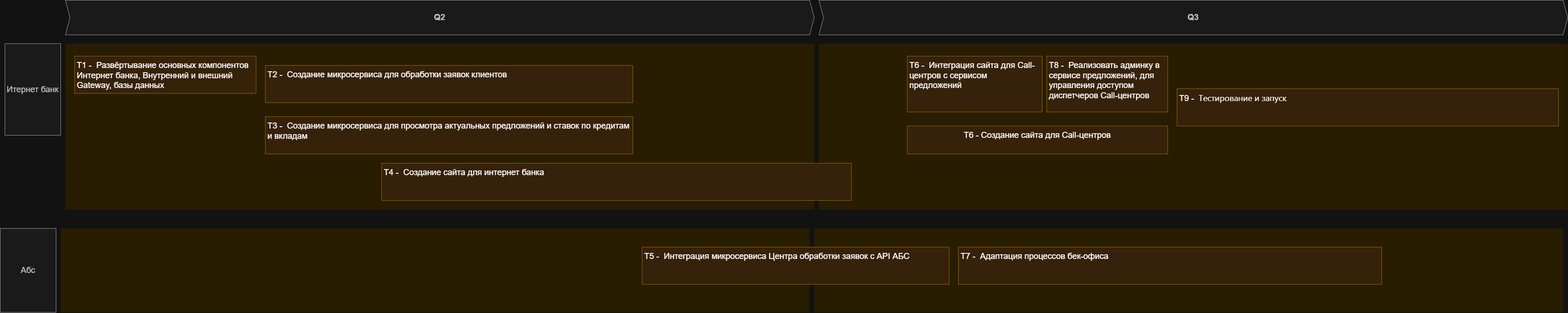
The draw.io diagram Task4/road-map.png in bugurshik/architecture-pro-standart, before a commit. Source tidied: cells renumbered, new cells last; positions are measured from the earlier drawing's top-left corner, leaving out a move shared by most shapes. The source it was exported from:
```xml
<mxGraphModel>
  <root>
    <mxCell id="0" />
    <mxCell id="1" parent="0" />
    <mxCell id="2" style="shape=rect;fillColor=#fff2cc;strokeColor=none;fontSize=24;html=1;whiteSpace=wrap;align=left;verticalAlign=top;spacing=5;rounded=0;" parent="1" vertex="1">
      <mxGeometry x="1760" y="93.2" width="1610" height="356.8" as="geometry" />
    </mxCell>
    <mxCell id="3" style="shape=rect;fillColor=#fff2cc;strokeColor=none;fontSize=24;html=1;whiteSpace=wrap;align=left;verticalAlign=top;spacing=5;rounded=0;" parent="1" vertex="1">
      <mxGeometry x="130" y="490" width="1610" height="180" as="geometry" />
    </mxCell>
    <mxCell id="4" style="shape=rect;fillColor=#fff2cc;strokeColor=none;fontSize=24;html=1;whiteSpace=wrap;align=left;verticalAlign=top;spacing=5;rounded=0;" parent="1" vertex="1">
      <mxGeometry x="140" y="93.2" width="1610" height="356.8" as="geometry" />
    </mxCell>
    <mxCell id="5" value="T1 -&amp;nbsp; Развёртывание основных компонентов Интернет банка, Внутренний и внешний Gateway, базы данных&amp;nbsp;" style="shape=rect;fillColor=#ffe6cc;strokeColor=#d79b00;fontSize=18;html=1;whiteSpace=wrap;align=left;verticalAlign=top;spacing=5;rounded=0;" parent="1" vertex="1">
      <mxGeometry x="160" y="120" width="390" height="80" as="geometry" />
    </mxCell>
    <mxCell id="6" value="&lt;span style=&quot;text-align: left;&quot;&gt;T6 - Создание сайта для Call-центров&lt;/span&gt;" style="shape=rect;fillColor=#ffe6cc;strokeColor=#d79b00;fontSize=18;html=1;whiteSpace=wrap;align=center;verticalAlign=top;spacing=5;rounded=0;" parent="1" vertex="1">
      <mxGeometry x="1950" y="270" width="560" height="60" as="geometry" />
    </mxCell>
    <mxCell id="7" value="Итернет банк" style="rounded=0;whiteSpace=wrap;html=1;fillColor=#f5f5f5;fontColor=#333333;strokeColor=#666666;fontSize=18;" parent="1" vertex="1">
      <mxGeometry x="10" y="93.2" width="120" height="196.8" as="geometry" />
    </mxCell>
    <mxCell id="8" value="Абс" style="rounded=0;whiteSpace=wrap;html=1;fillColor=#f5f5f5;fontColor=#333333;strokeColor=#666666;fontSize=18;" parent="1" vertex="1">
      <mxGeometry y="490" width="120" height="180" as="geometry" />
    </mxCell>
    <mxCell id="9" value="Q2" style="shape=step;perimeter=stepPerimeter;whiteSpace=wrap;html=1;fixedSize=1;size=10;fillColor=#f5f5f5;strokeColor=#666666;fontSize=18;fontStyle=1;align=center;rounded=0;fontColor=#333333;" parent="1" vertex="1">
      <mxGeometry x="140" width="1610" height="74.4" as="geometry" />
    </mxCell>
    <mxCell id="10" value="Q3" style="shape=step;perimeter=stepPerimeter;whiteSpace=wrap;html=1;fixedSize=1;size=10;fillColor=#f5f5f5;strokeColor=#666666;fontSize=18;fontStyle=1;align=center;rounded=0;fontColor=#333333;" parent="1" vertex="1">
      <mxGeometry x="1760" width="1610" height="74.4" as="geometry" />
    </mxCell>
    <mxCell id="11" style="shape=rect;fillColor=#fff2cc;strokeColor=none;fontSize=24;html=1;whiteSpace=wrap;align=left;verticalAlign=top;spacing=5;rounded=0;" parent="1" vertex="1">
      <mxGeometry x="1750" y="490" width="1610" height="180" as="geometry" />
    </mxCell>
    <mxCell id="12" value="T2 -&amp;nbsp; Создание микросервиса для обработки заявок клиентов" style="shape=rect;fillColor=#ffe6cc;strokeColor=#d79b00;fontSize=18;html=1;whiteSpace=wrap;align=left;verticalAlign=top;spacing=5;rounded=0;" parent="1" vertex="1">
      <mxGeometry x="570" y="140" width="790" height="80" as="geometry" />
    </mxCell>
    <mxCell id="13" value="T3 -&amp;nbsp; Создание микросервиса для просмотра актуальных предложений и ставок по кредитам и вкладам&amp;nbsp;" style="shape=rect;fillColor=#ffe6cc;strokeColor=#d79b00;fontSize=18;html=1;whiteSpace=wrap;align=left;verticalAlign=top;spacing=5;rounded=0;" parent="1" vertex="1">
      <mxGeometry x="570" y="250" width="790" height="80" as="geometry" />
    </mxCell>
    <mxCell id="14" value="T5 -&amp;nbsp; Интеграция микросервиса Центра обработки заявок с API АБС" style="shape=rect;fillColor=#ffe6cc;strokeColor=#d79b00;fontSize=18;html=1;whiteSpace=wrap;align=left;verticalAlign=top;spacing=5;rounded=0;" parent="1" vertex="1">
      <mxGeometry x="1380" y="530" width="660" height="80" as="geometry" />
    </mxCell>
    <mxCell id="15" value="T4 -&amp;nbsp; Создание сайта для интернет банка" style="shape=rect;fillColor=#ffe6cc;strokeColor=#d79b00;fontSize=18;html=1;whiteSpace=wrap;align=left;verticalAlign=top;spacing=5;rounded=0;" parent="1" vertex="1">
      <mxGeometry x="820" y="350" width="1010" height="80" as="geometry" />
    </mxCell>
    <mxCell id="16" value="T6 -&amp;nbsp; Интеграция сайта для Call-центров с сервисом предложений" style="shape=rect;fillColor=#ffe6cc;strokeColor=#d79b00;fontSize=18;html=1;whiteSpace=wrap;align=left;verticalAlign=top;spacing=5;rounded=0;" parent="1" vertex="1">
      <mxGeometry x="1950" y="120" width="290" height="120" as="geometry" />
    </mxCell>
    <mxCell id="17" value="T8 -&amp;nbsp; Реализовать админку в сервисе предложений, для управления доступом диспетчеров Call-центров" style="shape=rect;fillColor=#ffe6cc;strokeColor=#d79b00;fontSize=18;html=1;whiteSpace=wrap;align=left;verticalAlign=top;spacing=5;rounded=0;" parent="1" vertex="1">
      <mxGeometry x="2250" y="120" width="260" height="120" as="geometry" />
    </mxCell>
    <mxCell id="18" value="T7 -&amp;nbsp; Адаптация процессов бек-офиса" style="shape=rect;fillColor=#ffe6cc;strokeColor=#d79b00;fontSize=18;html=1;whiteSpace=wrap;align=left;verticalAlign=top;spacing=5;rounded=0;" parent="1" vertex="1">
      <mxGeometry x="2060" y="530" width="910" height="80" as="geometry" />
    </mxCell>
    <mxCell id="19" value="T9 -&amp;nbsp;&amp;nbsp;&lt;span style=&quot;color: light-dark(rgb(0, 0, 0), rgb(255, 255, 255)); font-family: system-ui, ui-sans-serif, -apple-system, BlinkMacSystemFont, sans-serif, Inter, NotoSansHans; letter-spacing: 0em; white-space-collapse: preserve-breaks; background-color: transparent;&quot;&gt;Тестирование и запуск&lt;/span&gt;" style="shape=rect;fillColor=#ffe6cc;strokeColor=#d79b00;fontSize=18;html=1;whiteSpace=wrap;align=left;verticalAlign=top;spacing=5;rounded=0;" parent="1" vertex="1">
      <mxGeometry x="2530" y="190" width="820" height="80" as="geometry" />
    </mxCell>
  </root>
</mxGraphModel>
```
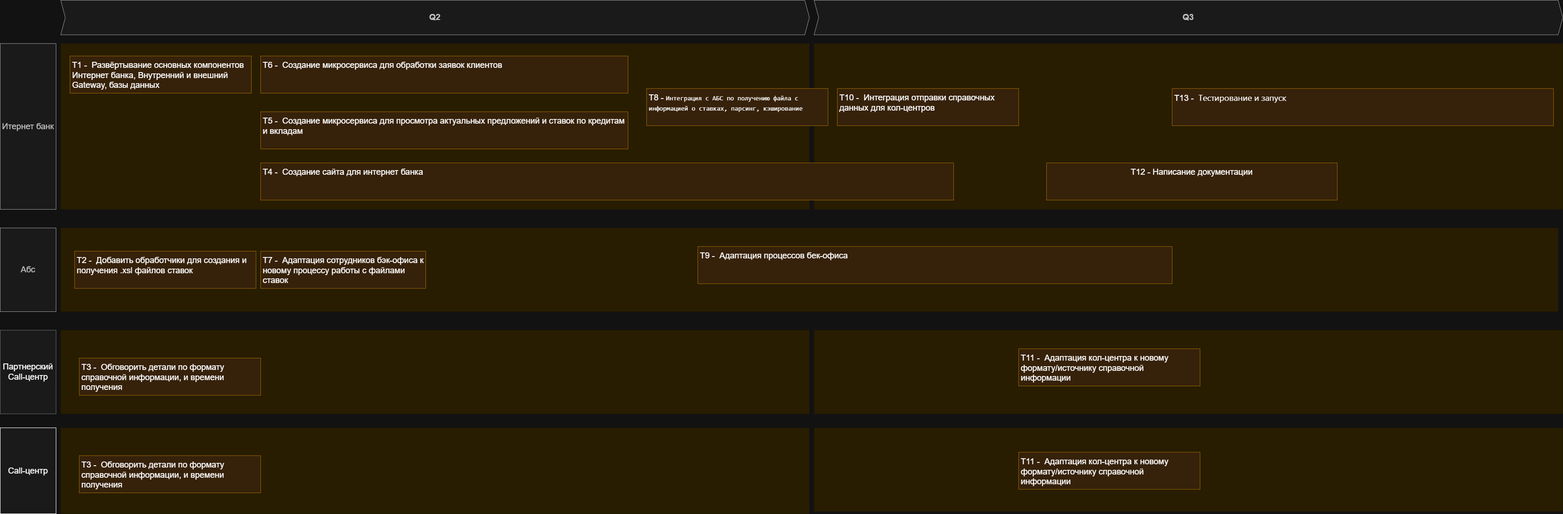
After the change.

Change to the diagram source:
```diff
@@ -2,11 +2,17 @@
   <root>
     <mxCell id="0" />
     <mxCell id="1" parent="0" />
+    <mxCell id="20" style="shape=rect;fillColor=#fff2cc;strokeColor=none;fontSize=24;html=1;whiteSpace=wrap;align=left;verticalAlign=top;spacing=5;rounded=0;" parent="1" vertex="1">
+      <mxGeometry x="1760" y="920" width="1610" height="180" as="geometry" />
+    </mxCell>
+    <mxCell id="21" style="shape=rect;fillColor=#fff2cc;strokeColor=none;fontSize=24;html=1;whiteSpace=wrap;align=left;verticalAlign=top;spacing=5;rounded=0;" parent="1" vertex="1">
+      <mxGeometry x="1760" y="710" width="1610" height="180" as="geometry" />
+    </mxCell>
     <mxCell id="2" style="shape=rect;fillColor=#fff2cc;strokeColor=none;fontSize=24;html=1;whiteSpace=wrap;align=left;verticalAlign=top;spacing=5;rounded=0;" parent="1" vertex="1">
       <mxGeometry x="1760" y="93.2" width="1610" height="356.8" as="geometry" />
     </mxCell>
     <mxCell id="3" style="shape=rect;fillColor=#fff2cc;strokeColor=none;fontSize=24;html=1;whiteSpace=wrap;align=left;verticalAlign=top;spacing=5;rounded=0;" parent="1" vertex="1">
-      <mxGeometry x="130" y="490" width="1610" height="180" as="geometry" />
+      <mxGeometry x="140" y="490" width="1610" height="180" as="geometry" />
     </mxCell>
     <mxCell id="4" style="shape=rect;fillColor=#fff2cc;strokeColor=none;fontSize=24;html=1;whiteSpace=wrap;align=left;verticalAlign=top;spacing=5;rounded=0;" parent="1" vertex="1">
       <mxGeometry x="140" y="93.2" width="1610" height="356.8" as="geometry" />
@@ -14,14 +20,11 @@
     <mxCell id="5" value="T1 -&amp;nbsp; Развёртывание основных компонентов Интернет банка, Внутренний и внешний Gateway, базы данных&amp;nbsp;" style="shape=rect;fillColor=#ffe6cc;strokeColor=#d79b00;fontSize=18;html=1;whiteSpace=wrap;align=left;verticalAlign=top;spacing=5;rounded=0;" parent="1" vertex="1">
       <mxGeometry x="160" y="120" width="390" height="80" as="geometry" />
     </mxCell>
-    <mxCell id="6" value="&lt;span style=&quot;text-align: left;&quot;&gt;T6 - Создание сайта для Call-центров&lt;/span&gt;" style="shape=rect;fillColor=#ffe6cc;strokeColor=#d79b00;fontSize=18;html=1;whiteSpace=wrap;align=center;verticalAlign=top;spacing=5;rounded=0;" parent="1" vertex="1">
-      <mxGeometry x="1950" y="270" width="560" height="60" as="geometry" />
-    </mxCell>
     <mxCell id="7" value="Итернет банк" style="rounded=0;whiteSpace=wrap;html=1;fillColor=#f5f5f5;fontColor=#333333;strokeColor=#666666;fontSize=18;" parent="1" vertex="1">
-      <mxGeometry x="10" y="93.2" width="120" height="196.8" as="geometry" />
+      <mxGeometry x="10" y="93.2" width="120" height="356.8" as="geometry" />
     </mxCell>
-    <mxCell id="8" value="Абс" style="rounded=0;whiteSpace=wrap;html=1;fillColor=#f5f5f5;fontColor=#333333;strokeColor=#666666;fontSize=18;" parent="1" vertex="1">
-      <mxGeometry y="490" width="120" height="180" as="geometry" />
+    <mxCell id="8" value="Абс" style="rounded=0;whiteSpace=wrap;html=1;fillColor=#F5F5F5;fontColor=#333333;strokeColor=#666666;fontSize=18;" parent="1" vertex="1">
+      <mxGeometry x="10" y="490" width="120" height="180" as="geometry" />
     </mxCell>
     <mxCell id="9" value="Q2" style="shape=step;perimeter=stepPerimeter;whiteSpace=wrap;html=1;fixedSize=1;size=10;fillColor=#f5f5f5;strokeColor=#666666;fontSize=18;fontStyle=1;align=center;rounded=0;fontColor=#333333;" parent="1" vertex="1">
       <mxGeometry x="140" width="1610" height="74.4" as="geometry" />
@@ -32,29 +35,59 @@
     <mxCell id="11" style="shape=rect;fillColor=#fff2cc;strokeColor=none;fontSize=24;html=1;whiteSpace=wrap;align=left;verticalAlign=top;spacing=5;rounded=0;" parent="1" vertex="1">
       <mxGeometry x="1750" y="490" width="1610" height="180" as="geometry" />
     </mxCell>
-    <mxCell id="12" value="T2 -&amp;nbsp; Создание микросервиса для обработки заявок клиентов" style="shape=rect;fillColor=#ffe6cc;strokeColor=#d79b00;fontSize=18;html=1;whiteSpace=wrap;align=left;verticalAlign=top;spacing=5;rounded=0;" parent="1" vertex="1">
-      <mxGeometry x="570" y="140" width="790" height="80" as="geometry" />
+    <mxCell id="12" value="T6 -&amp;nbsp; Создание микросервиса для обработки заявок клиентов" style="shape=rect;fillColor=#ffe6cc;strokeColor=#d79b00;fontSize=18;html=1;whiteSpace=wrap;align=left;verticalAlign=top;spacing=5;rounded=0;" parent="1" vertex="1">
+      <mxGeometry x="570" y="120" width="790" height="80" as="geometry" />
     </mxCell>
-    <mxCell id="13" value="T3 -&amp;nbsp; Создание микросервиса для просмотра актуальных предложений и ставок по кредитам и вкладам&amp;nbsp;" style="shape=rect;fillColor=#ffe6cc;strokeColor=#d79b00;fontSize=18;html=1;whiteSpace=wrap;align=left;verticalAlign=top;spacing=5;rounded=0;" parent="1" vertex="1">
-      <mxGeometry x="570" y="250" width="790" height="80" as="geometry" />
+    <mxCell id="13" value="T5 -&amp;nbsp; Создание микросервиса для просмотра актуальных предложений и ставок по кредитам и вкладам&amp;nbsp;" style="shape=rect;fillColor=#ffe6cc;strokeColor=#d79b00;fontSize=18;html=1;whiteSpace=wrap;align=left;verticalAlign=top;spacing=5;rounded=0;" parent="1" vertex="1">
+      <mxGeometry x="570" y="240" width="790" height="80" as="geometry" />
     </mxCell>
-    <mxCell id="14" value="T5 -&amp;nbsp; Интеграция микросервиса Центра обработки заявок с API АБС" style="shape=rect;fillColor=#ffe6cc;strokeColor=#d79b00;fontSize=18;html=1;whiteSpace=wrap;align=left;verticalAlign=top;spacing=5;rounded=0;" parent="1" vertex="1">
-      <mxGeometry x="1380" y="530" width="660" height="80" as="geometry" />
+    <mxCell id="14" value="T7 -&amp;nbsp; Адаптация сотрудников бэк-офиса к новому процессу работы с файлами ставок" style="shape=rect;fillColor=#ffe6cc;strokeColor=#d79b00;fontSize=18;html=1;whiteSpace=wrap;align=left;verticalAlign=top;spacing=5;rounded=0;" parent="1" vertex="1">
+      <mxGeometry x="570" y="540" width="355" height="80" as="geometry" />
     </mxCell>
     <mxCell id="15" value="T4 -&amp;nbsp; Создание сайта для интернет банка" style="shape=rect;fillColor=#ffe6cc;strokeColor=#d79b00;fontSize=18;html=1;whiteSpace=wrap;align=left;verticalAlign=top;spacing=5;rounded=0;" parent="1" vertex="1">
-      <mxGeometry x="820" y="350" width="1010" height="80" as="geometry" />
+      <mxGeometry x="570" y="350" width="1490" height="80" as="geometry" />
     </mxCell>
-    <mxCell id="16" value="T6 -&amp;nbsp; Интеграция сайта для Call-центров с сервисом предложений" style="shape=rect;fillColor=#ffe6cc;strokeColor=#d79b00;fontSize=18;html=1;whiteSpace=wrap;align=left;verticalAlign=top;spacing=5;rounded=0;" parent="1" vertex="1">
-      <mxGeometry x="1950" y="120" width="290" height="120" as="geometry" />
-    </mxCell>
-    <mxCell id="17" value="T8 -&amp;nbsp; Реализовать админку в сервисе предложений, для управления доступом диспетчеров Call-центров" style="shape=rect;fillColor=#ffe6cc;strokeColor=#d79b00;fontSize=18;html=1;whiteSpace=wrap;align=left;verticalAlign=top;spacing=5;rounded=0;" parent="1" vertex="1">
-      <mxGeometry x="2250" y="120" width="260" height="120" as="geometry" />
-    </mxCell>
-    <mxCell id="18" value="T7 -&amp;nbsp; Адаптация процессов бек-офиса" style="shape=rect;fillColor=#ffe6cc;strokeColor=#d79b00;fontSize=18;html=1;whiteSpace=wrap;align=left;verticalAlign=top;spacing=5;rounded=0;" parent="1" vertex="1">
-      <mxGeometry x="2060" y="530" width="910" height="80" as="geometry" />
+    <mxCell id="18" value="T9 -&amp;nbsp; Адаптация процессов бек-офиса" style="shape=rect;fillColor=#ffe6cc;strokeColor=#d79b00;fontSize=18;html=1;whiteSpace=wrap;align=left;verticalAlign=top;spacing=5;rounded=0;" parent="1" vertex="1">
+      <mxGeometry x="1510" y="530" width="1020" height="80" as="geometry" />
     </mxCell>
-    <mxCell id="19" value="T9 -&amp;nbsp;&amp;nbsp;&lt;span style=&quot;color: light-dark(rgb(0, 0, 0), rgb(255, 255, 255)); font-family: system-ui, ui-sans-serif, -apple-system, BlinkMacSystemFont, sans-serif, Inter, NotoSansHans; letter-spacing: 0em; white-space-collapse: preserve-breaks; background-color: transparent;&quot;&gt;Тестирование и запуск&lt;/span&gt;" style="shape=rect;fillColor=#ffe6cc;strokeColor=#d79b00;fontSize=18;html=1;whiteSpace=wrap;align=left;verticalAlign=top;spacing=5;rounded=0;" parent="1" vertex="1">
+    <mxCell id="19" value="T13 -&amp;nbsp;&amp;nbsp;&lt;span style=&quot;color: light-dark(rgb(0, 0, 0), rgb(255, 255, 255)); font-family: system-ui, ui-sans-serif, -apple-system, BlinkMacSystemFont, sans-serif, Inter, NotoSansHans; letter-spacing: 0em; white-space-collapse: preserve-breaks; background-color: transparent;&quot;&gt;Тестирование и запуск&lt;/span&gt;" style="shape=rect;fillColor=#ffe6cc;strokeColor=#d79b00;fontSize=18;html=1;whiteSpace=wrap;align=left;verticalAlign=top;spacing=5;rounded=0;" parent="1" vertex="1">
       <mxGeometry x="2530" y="190" width="820" height="80" as="geometry" />
     </mxCell>
+    <mxCell id="22" value="&lt;span style=&quot;text-align: left;&quot;&gt;T12 - Написание документации&lt;/span&gt;" style="shape=rect;fillColor=#ffe6cc;strokeColor=#d79b00;fontSize=18;html=1;whiteSpace=wrap;align=center;verticalAlign=top;spacing=5;rounded=0;" parent="1" vertex="1">
+      <mxGeometry x="2260" y="350" width="625" height="80" as="geometry" />
+    </mxCell>
+    <mxCell id="23" value="T2 -&amp;nbsp; Добавить обработчики для создания и получения .xsl файлов ставок" style="shape=rect;fillColor=#ffe6cc;strokeColor=#d79b00;fontSize=18;html=1;whiteSpace=wrap;align=left;verticalAlign=top;spacing=5;rounded=0;" parent="1" vertex="1">
+      <mxGeometry x="170" y="540" width="390" height="80" as="geometry" />
+    </mxCell>
+    <mxCell id="24" value="&lt;font style=&quot;font-size: 18px;&quot;&gt;Партнерский Call-центр&lt;/font&gt;" style="whiteSpace=wrap;html=1;strokeColor=light-dark(#000000,#666666);fillColor=#F5F5F5;" parent="1" vertex="1">
+      <mxGeometry x="10" y="710" width="120" height="180" as="geometry" />
+    </mxCell>
+    <mxCell id="25" style="shape=rect;fillColor=#fff2cc;strokeColor=none;fontSize=24;html=1;whiteSpace=wrap;align=left;verticalAlign=top;spacing=5;rounded=0;" parent="1" vertex="1">
+      <mxGeometry x="140" y="710" width="1610" height="180" as="geometry" />
+    </mxCell>
+    <mxCell id="26" value="T3 -&amp;nbsp; Обговорить детали по формату справочной информации, и времени получения&amp;nbsp;" style="shape=rect;fillColor=#ffe6cc;strokeColor=#d79b00;fontSize=18;html=1;whiteSpace=wrap;align=left;verticalAlign=top;spacing=5;rounded=0;" parent="1" vertex="1">
+      <mxGeometry x="180" y="770" width="390" height="80" as="geometry" />
+    </mxCell>
+    <mxCell id="27" value="T11 -&amp;nbsp; Адаптация кол-центра к новому формату/источнику справочной информации&amp;nbsp;" style="shape=rect;fillColor=#ffe6cc;strokeColor=#d79b00;fontSize=18;html=1;whiteSpace=wrap;align=left;verticalAlign=top;spacing=5;rounded=0;" parent="1" vertex="1">
+      <mxGeometry x="2200" y="750" width="390" height="80" as="geometry" />
+    </mxCell>
+    <mxCell id="28" value="T10 -&amp;nbsp; Интеграция отправки справочных данных для кол-центров" style="shape=rect;fillColor=#ffe6cc;strokeColor=#d79b00;fontSize=18;html=1;whiteSpace=wrap;align=left;verticalAlign=top;spacing=5;rounded=0;" parent="1" vertex="1">
+      <mxGeometry x="1810" y="190" width="390" height="80" as="geometry" />
+    </mxCell>
+    <mxCell id="29" value="&lt;font style=&quot;font-size: 18px;&quot;&gt;Call-центр&lt;/font&gt;" style="whiteSpace=wrap;html=1;fillColor=#F5F5F5;strokeColor=default;" parent="1" vertex="1">
+      <mxGeometry x="10" y="920" width="120" height="185" as="geometry" />
+    </mxCell>
+    <mxCell id="30" style="shape=rect;fillColor=#fff2cc;strokeColor=none;fontSize=24;html=1;whiteSpace=wrap;align=left;verticalAlign=top;spacing=5;rounded=0;" parent="1" vertex="1">
+      <mxGeometry x="140" y="920" width="1610" height="185" as="geometry" />
+    </mxCell>
+    <mxCell id="31" value="T11 -&amp;nbsp; Адаптация кол-центра к новому формату/источнику справочной информации&amp;nbsp;" style="shape=rect;fillColor=#ffe6cc;strokeColor=#d79b00;fontSize=18;html=1;whiteSpace=wrap;align=left;verticalAlign=top;spacing=5;rounded=0;" parent="1" vertex="1">
+      <mxGeometry x="2200" y="972.5" width="390" height="80" as="geometry" />
+    </mxCell>
+    <mxCell id="32" value="T3 -&amp;nbsp; Обговорить детали по формату справочной информации, и времени получения&amp;nbsp;" style="shape=rect;fillColor=#ffe6cc;strokeColor=#d79b00;fontSize=18;html=1;whiteSpace=wrap;align=left;verticalAlign=top;spacing=5;rounded=0;" parent="1" vertex="1">
+      <mxGeometry x="180" y="980" width="390" height="80" as="geometry" />
+    </mxCell>
+    <mxCell id="33" value="T8 -&amp;nbsp;&lt;span style=&quot;font-family: Consolas, &amp;quot;Courier New&amp;quot;, monospace; font-size: 14px; white-space: pre;&quot;&gt;&lt;font style=&quot;color: light-dark(rgb(204, 204, 204), rgb(255, 255, 255));&quot;&gt;Интеграция с АБС по получению файла с &lt;/font&gt;&lt;/span&gt;&lt;div&gt;&lt;span style=&quot;font-family: Consolas, &amp;quot;Courier New&amp;quot;, monospace; font-size: 14px; white-space: pre;&quot;&gt;&lt;font style=&quot;color: light-dark(rgb(204, 204, 204), rgb(255, 255, 255));&quot;&gt;информацией о ставках, парсинг, кэширование&lt;/font&gt;&lt;/span&gt;&lt;/div&gt;" style="shape=rect;fillColor=#ffe6cc;strokeColor=#d79b00;fontSize=18;html=1;whiteSpace=wrap;align=left;verticalAlign=top;spacing=5;rounded=0;" parent="1" vertex="1">
+      <mxGeometry x="1400" y="190" width="390" height="80" as="geometry" />
+    </mxCell>
   </root>
 </mxGraphModel>
```
